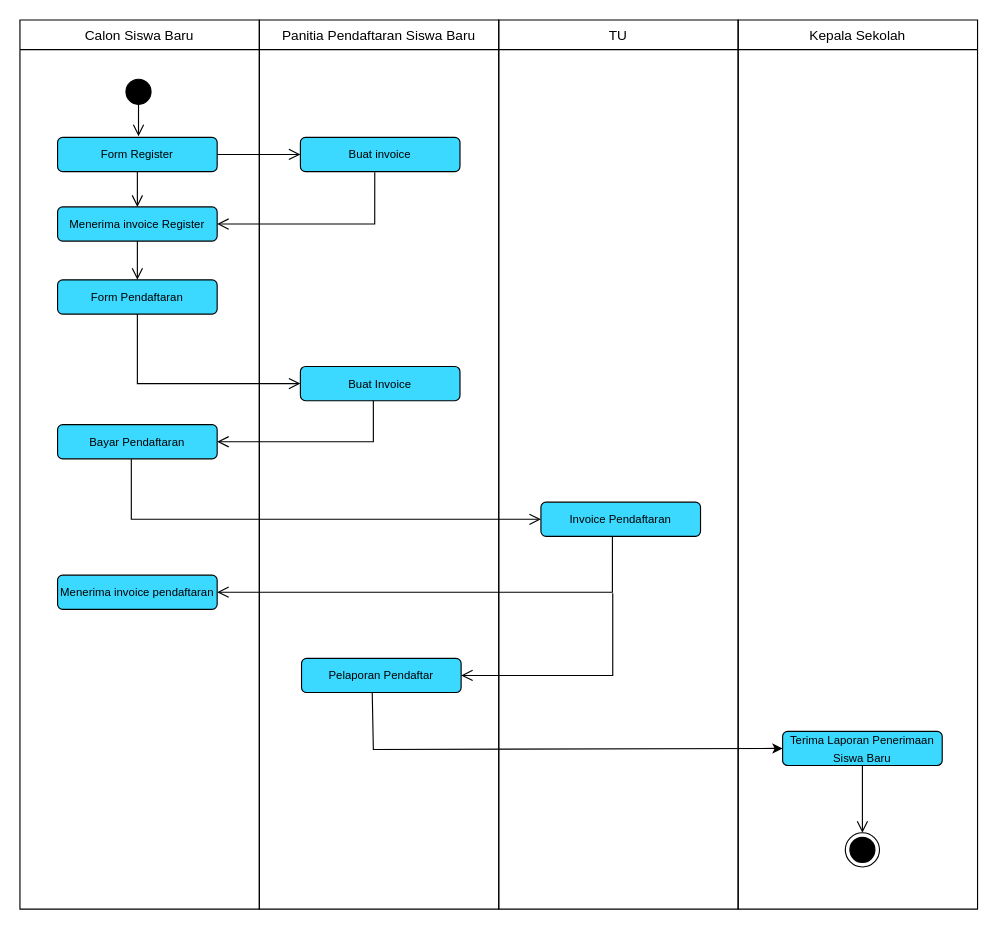
Above: diagram activity baru.drawio in danangsptro/register-vhs (draw.io), before the change. Source tidied: cells renumbered, new cells numbered last; positions are measured from the earlier drawing's top-left corner, leaving out a move shared by most shapes. Both pictures are drawn from the tidied source at 114%, with x=0, y=0 at pixel (19, 19).
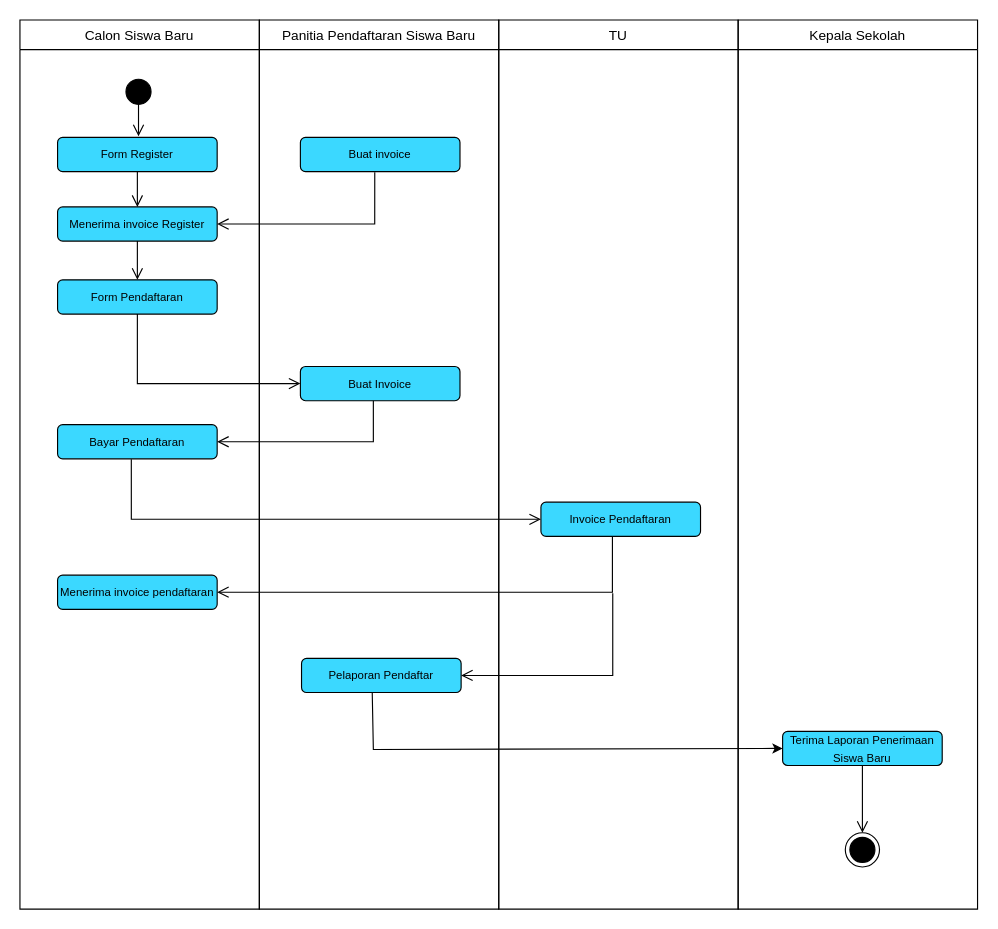
After the change.

Unchanged cells that the change refers to:
```xml
<mxCell id="5" value="&lt;font style=&quot;font-size: 10px;&quot;&gt;Form Register&lt;/font&gt;" style="rounded=1;whiteSpace=wrap;html=1;strokeColor=default;fillColor=#3BD8FF;gradientColor=none;" parent="1" vertex="1">
  <mxGeometry x="33" y="103" width="140" height="30" as="geometry" />
</mxCell>
<mxCell id="11" value="&lt;span style=&quot;font-size: 10px;&quot;&gt;Buat invoice&lt;/span&gt;" style="rounded=1;whiteSpace=wrap;html=1;strokeColor=default;fillColor=#3BD8FF;gradientColor=none;" parent="1" vertex="1">
  <mxGeometry x="246" y="103" width="140" height="30" as="geometry" />
</mxCell>
```

Diff of the diagram source:
```diff
@@
-    <mxCell id="12" style="edgeStyle=orthogonalEdgeStyle;html=1;verticalAlign=bottom;endArrow=open;endSize=8;strokeColor=#000000;rounded=0;entryX=0;entryY=0.5;entryDx=0;entryDy=0;exitX=1;exitY=0.5;exitDx=0;exitDy=0;" parent="1" edge="1" source="5" target="11">
-      <mxGeometry relative="1" as="geometry" />
-    </mxCell>
```
